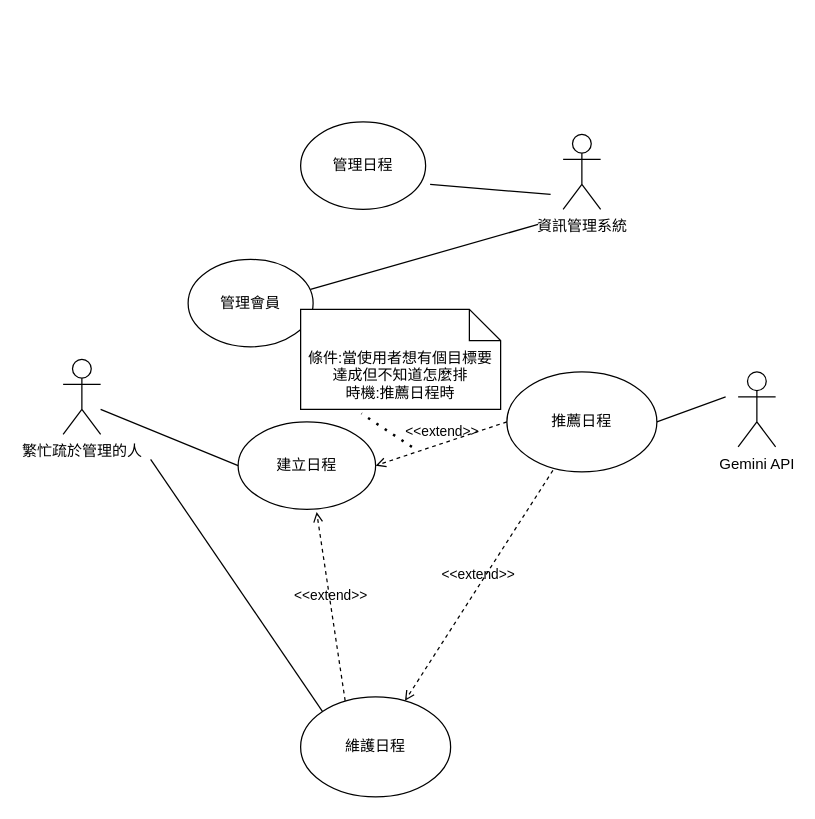
Before: page "使用個案圖" (1 of 2) of 系統設計圖/總審UML.drawio in Kevincheng0804/Graduation-Topic, a draw.io diagram. Source tidied: cells renumbered, new cells numbered last; positions are measured from the earlier drawing's top-left corner, leaving out a move shared by most shapes. Both pictures are drawn from the tidied source at 125%, with x=0, y=0 at pixel (62, 121).
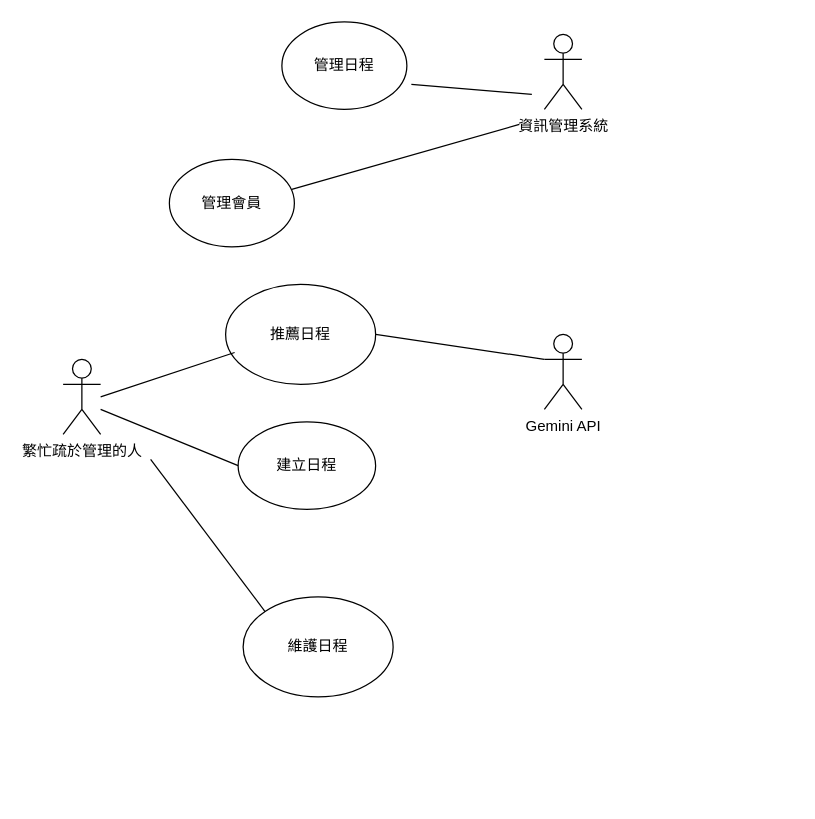
After the change.

Unchanged cells that the change refers to:
```xml
<mxCell id="4" value="建立日程" style="ellipse;whiteSpace=wrap;html=1;" parent="1" vertex="1">
  <mxGeometry x="140" y="240" width="110" height="70" as="geometry" />
</mxCell>
```

The edit, as a diff of the source:
```diff
@@
     <mxCell id="3" value="管理會員" style="ellipse;whiteSpace=wrap;html=1;" parent="1" vertex="1">
-      <mxGeometry x="100" y="110" width="100" height="70" as="geometry" />
+      <mxGeometry x="85" y="30" width="100" height="70" as="geometry" />
     </mxCell>
@@
     <mxCell id="5" value="維護日程" style="ellipse;whiteSpace=wrap;html=1;" parent="1" vertex="1">
-      <mxGeometry x="190" y="460" width="120" height="80" as="geometry" />
+      <mxGeometry x="144" y="380" width="120" height="80" as="geometry" />
     </mxCell>
     <mxCell id="6" value="資訊管理系統" style="shape=umlActor;verticalLabelPosition=bottom;verticalAlign=top;html=1;" parent="1" vertex="1">
-      <mxGeometry x="400" y="10" width="30" height="60" as="geometry" />
+      <mxGeometry x="385" y="-70" width="30" height="60" as="geometry" />
     </mxCell>
@@
-    <mxCell id="9" value="&amp;lt;&amp;lt;extend&amp;gt;&amp;gt;" style="html=1;verticalAlign=bottom;labelBackgroundColor=none;endArrow=open;endFill=0;dashed=1;rounded=0;entryX=0.571;entryY=1.029;entryDx=0;entryDy=0;entryPerimeter=0;exitX=0.297;exitY=0.04;exitDx=0;exitDy=0;exitPerimeter=0;" parent="1" edge="1" source="5" target="4">
-      <mxGeometry relative="1" as="geometry" />
-    </mxCell>
-    <mxCell id="10" style="endArrow=none;html=1;rounded=0;exitX=1;exitY=0.5;exitDx=0;exitDy=0;" parent="1" edge="1" source="11">
-      <mxGeometry relative="1" as="geometry">
-        <mxPoint x="530" y="220" as="targetPoint" />
-      </mxGeometry>
+    <mxCell id="10" style="endArrow=none;html=1;rounded=0;exitX=1;exitY=0.5;exitDx=0;exitDy=0;entryX=0;entryY=0.3333333333333333;entryDx=0;entryDy=0;entryPerimeter=0;" parent="1" edge="1" source="11" target="14">
+      <mxGeometry relative="1" as="geometry" />
     </mxCell>
     <mxCell id="11" value="推薦日程" style="ellipse;whiteSpace=wrap;html=1;" parent="1" vertex="1">
-      <mxGeometry x="355" y="200" width="120" height="80" as="geometry" />
+      <mxGeometry x="130" y="130" width="120" height="80" as="geometry" />
     </mxCell>
-    <mxCell id="12" value="&amp;lt;&amp;lt;extend&amp;gt;&amp;gt;" style="html=1;verticalAlign=bottom;labelBackgroundColor=none;endArrow=open;endFill=0;dashed=1;rounded=0;exitX=0.307;exitY=0.985;exitDx=0;exitDy=0;exitPerimeter=0;" parent="1" edge="1" source="11" target="5">
-      <mxGeometry relative="1" as="geometry" />
-    </mxCell>
-    <mxCell id="13" value="&amp;lt;&amp;lt;extend&amp;gt;&amp;gt;" style="html=1;verticalAlign=bottom;labelBackgroundColor=none;endArrow=open;endFill=0;dashed=1;rounded=0;exitX=0;exitY=0.5;exitDx=0;exitDy=0;entryX=1;entryY=0.5;entryDx=0;entryDy=0;" parent="1" edge="1" source="11" target="4">
-      <mxGeometry relative="1" as="geometry" />
-    </mxCell>
     <mxCell id="14" value="Gemini API" style="shape=umlActor;verticalLabelPosition=bottom;verticalAlign=top;html=1;outlineConnect=0;" parent="1" vertex="1">
-      <mxGeometry x="540" y="200" width="30" height="60" as="geometry" />
+      <mxGeometry x="385" y="170" width="30" height="60" as="geometry" />
     </mxCell>
     <mxCell id="15" style="endArrow=none;html=1;rounded=0;exitX=0.979;exitY=0.343;exitDx=0;exitDy=0;exitPerimeter=0;" parent="1" edge="1" source="3">
       <mxGeometry relative="1" as="geometry">
-        <mxPoint x="380" y="82" as="targetPoint" />
+        <mxPoint x="365" y="2" as="targetPoint" />
       </mxGeometry>
     </mxCell>
     <mxCell id="16" value="管理日程" style="ellipse;whiteSpace=wrap;html=1;" parent="1" vertex="1">
-      <mxGeometry x="190" width="100" height="70" as="geometry" />
+      <mxGeometry x="175" y="-80" width="100" height="70" as="geometry" />
     </mxCell>
     <mxCell id="17" style="endArrow=none;html=1;rounded=0;exitX=1.036;exitY=0.715;exitDx=0;exitDy=0;exitPerimeter=0;" parent="1" edge="1" source="16">
       <mxGeometry relative="1" as="geometry">
-        <mxPoint x="390" y="58" as="targetPoint" />
+        <mxPoint x="375" y="-22" as="targetPoint" />
       </mxGeometry>
     </mxCell>
-    <mxCell id="18" value="&lt;span style=&quot;background-color: transparent;&quot;&gt;條件:當使用者想有個目標要達成但不知道怎麼排&lt;/span&gt;&lt;br&gt;&lt;div style=&quot;line-height: 100%;&quot;&gt;&lt;div style=&quot;&quot;&gt;&lt;span style=&quot;background-color: transparent;&quot;&gt;時機:推薦日程時&lt;/span&gt;&lt;/div&gt;&lt;/div&gt;&lt;div style=&quot;line-height: 100%;&quot;&gt;&lt;div style=&quot;&quot;&gt;&lt;div&gt;&lt;/div&gt;&lt;/div&gt;&lt;/div&gt;" style="shape=note2;boundedLbl=1;whiteSpace=wrap;html=1;size=25;verticalAlign=top;align=center;" parent="1" vertex="1">
-      <mxGeometry x="190" y="150" width="160" height="80" as="geometry" />
-    </mxCell>
-    <mxCell id="19" style="endArrow=none;dashed=1;html=1;dashPattern=1 3;strokeWidth=2;rounded=0;entryX=0.304;entryY=1.042;entryDx=0;entryDy=0;entryPerimeter=0;" parent="1" edge="1" target="18">
-      <mxGeometry relative="1" as="geometry">
-        <mxPoint x="279" y="260" as="sourcePoint" />
-      </mxGeometry>
-    </mxCell>
+    <mxCell id="20" style="endArrow=none;html=1;rounded=0;entryX=0.06;entryY=0.681;entryDx=0;entryDy=0;entryPerimeter=0;" parent="1" edge="1" target="11">
+      <mxGeometry relative="1" as="geometry">
+        <mxPoint x="30" y="220" as="sourcePoint" />
+      </mxGeometry>
+    </mxCell>
```
